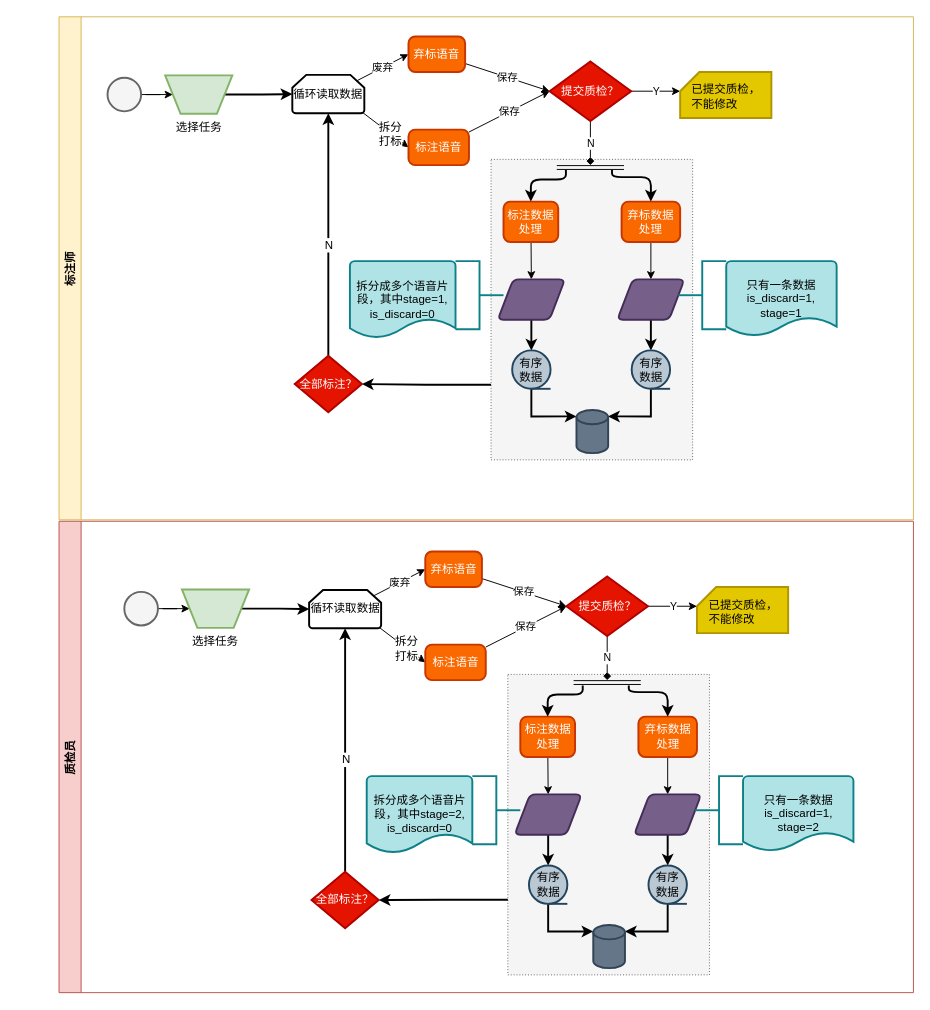
gumuqi/draw.io keeps this draw.io diagram as 标注详细流程.drawio. Above is the earlier version. Source tidied: cells renumbered, new cells numbered last; positions are measured from the earlier drawing's top-left corner, leaving out a move shared by most shapes. Both pictures are drawn from the tidied source at 96%, with x=0, y=0 at pixel (107, -159).
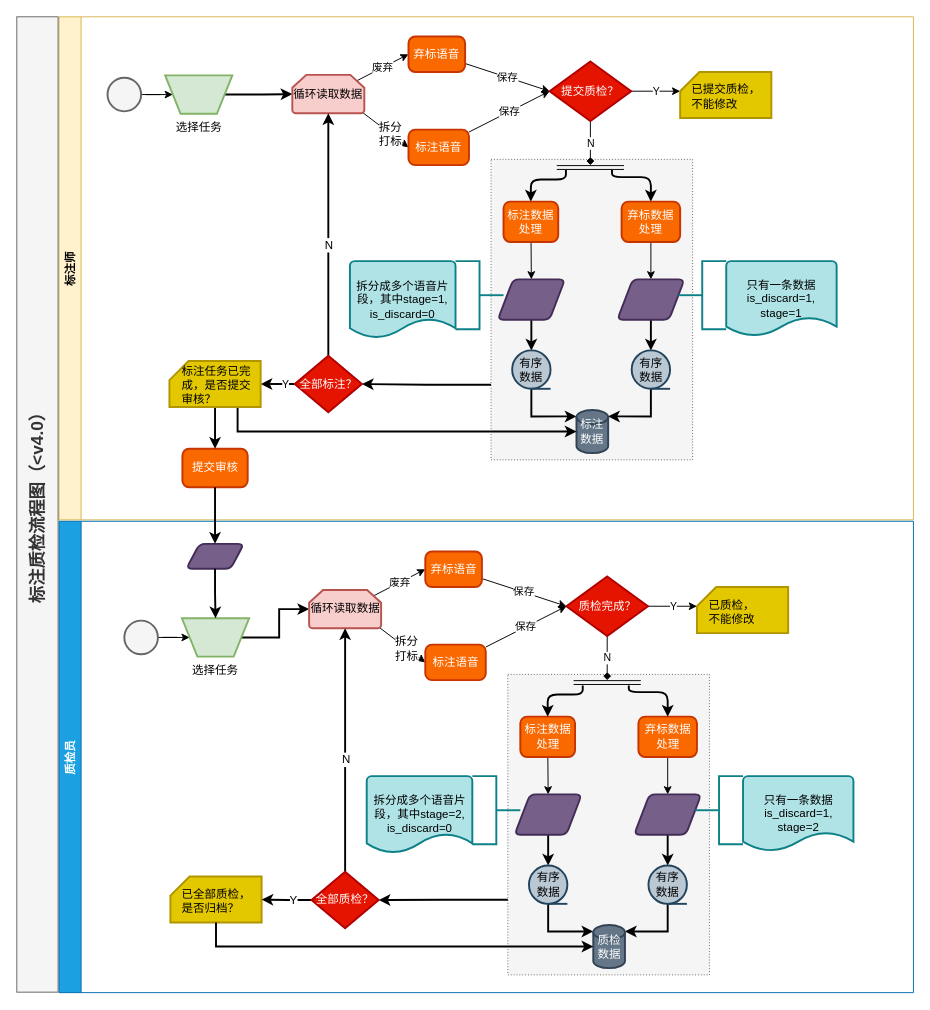
Above is the later version.

Commit message (it also covers changes not shown here):
更新标注详细流程.drawio

Unchanged cells that the change refers to:
```xml
<mxCell id="2" value="标注师" style="swimlane;fillColor=#fff2cc;strokeColor=#d6b656;rotation=-90;" parent="1" vertex="1">
  <mxGeometry x="133" width="524" height="890" as="geometry" />
</mxCell>
<mxCell id="43" value="全部标注？" style="strokeWidth=2;html=1;shape=mxgraph.flowchart.decision;whiteSpace=wrap;fillColor=#e51400;strokeColor=#B20000;fontColor=#ffffff;" parent="2" vertex="1">
  <mxGeometry x="62.5" y="536" width="70" height="59" as="geometry" />
</mxCell>
```

Diff of the diagram source:
```diff
@@
-    <mxCell id="38" style="strokeWidth=2;html=1;shape=mxgraph.flowchart.database;whiteSpace=wrap;fillColor=#647687;strokeColor=#314354;fontColor=#ffffff;" parent="2" vertex="1">
+    <mxCell id="38" value="标注数据" style="strokeWidth=2;html=1;shape=mxgraph.flowchart.database;whiteSpace=wrap;fillColor=#647687;strokeColor=#314354;fontColor=#ffffff;" parent="2" vertex="1">
       <mxGeometry x="356" y="592.5" width="33" height="45" as="geometry" />
     </mxCell>
-    <mxCell id="39" value="循环读取数据" style="strokeWidth=2;html=1;shape=mxgraph.flowchart.loop_limit;whiteSpace=wrap;fillColor=#FFFFFF;" parent="2" vertex="1">
+    <mxCell id="39" value="循环读取数据" style="strokeWidth=2;html=1;shape=mxgraph.flowchart.loop_limit;whiteSpace=wrap;fillColor=#f8cecc;strokeColor=#b85450;" parent="2" vertex="1">
       <mxGeometry x="60" y="243.5" width="75" height="40" as="geometry" />
     </mxCell>
@@
+    <mxCell id="88" value="Y" style="edgeStyle=orthogonalEdgeStyle;rounded=0;jettySize=auto;html=1;exitX=0;exitY=0.5;exitDx=0;exitDy=0;exitPerimeter=0;entryX=1;entryY=0.5;entryDx=0;entryDy=0;endArrow=classic;endFill=1;strokeWidth=2;entryPerimeter=0;" parent="2" edge="1" source="43" target="92">
+      <mxGeometry x="-0.43" relative="1" as="geometry" />
+    </mxCell>
@@
+    <mxCell id="89" style="edgeStyle=orthogonalEdgeStyle;rounded=0;jettySize=auto;html=1;entryX=0;entryY=0.5;entryDx=0;entryDy=0;entryPerimeter=0;endArrow=classic;endFill=1;strokeWidth=2;" parent="2" edge="1" target="38">
+      <mxGeometry relative="1" as="geometry">
+        <mxPoint x="3" y="590" as="sourcePoint" />
+        <Array as="points">
+          <mxPoint x="3" y="615" />
+        </Array>
+      </mxGeometry>
+    </mxCell>
+    <mxCell id="90" value="提交审核" style="rounded=1;whiteSpace=wrap;html=1;absoluteArcSize=1;arcSize=14;strokeWidth=2;fillColor=#fa6800;strokeColor=#C73500;fontColor=#ffffff;" parent="2" vertex="1">
+      <mxGeometry x="-54.5" y="633" width="68" height="40" as="geometry" />
+    </mxCell>
+    <mxCell id="91" style="edgeStyle=orthogonalEdgeStyle;rounded=0;jettySize=auto;html=1;entryX=0.5;entryY=0;entryDx=0;entryDy=0;endArrow=classic;endFill=1;strokeWidth=2;" parent="2" edge="1" source="92" target="90">
+      <mxGeometry relative="1" as="geometry" />
+    </mxCell>
+    <mxCell id="92" style="verticalLabelPosition=bottom;verticalAlign=top;html=1;strokeWidth=2;shape=card;whiteSpace=wrap;size=20;arcSize=12;fillColor=#e3c800;strokeColor=#B09500;fontColor=#ffffff;" parent="2" vertex="1">
+      <mxGeometry x="-68" y="541.5" width="95" height="48" as="geometry" />
+    </mxCell>
+    <mxCell id="93" value="标注任务已完成，是否提交审核？" style="text;html=1;strokeColor=none;fillColor=none;align=left;verticalAlign=middle;whiteSpace=wrap;rounded=0;" parent="2" vertex="1">
+      <mxGeometry x="-57" y="557" width="75" height="20" as="geometry" />
+    </mxCell>
-    <mxCell id="45" value="质检员" style="swimlane;fillColor=#f8cecc;strokeColor=#b85450;rotation=-90;" parent="1" vertex="1">
+    <mxCell id="45" value="质检员" style="swimlane;fillColor=#1ba1e2;strokeColor=#006EAF;rotation=-90;fontColor=#ffffff;" parent="1" vertex="1">
       <mxGeometry x="149.5" y="509" width="491" height="890" as="geometry" />
     </mxCell>
+    <mxCell id="94" style="verticalLabelPosition=bottom;verticalAlign=top;html=1;strokeWidth=2;shape=parallelogram;perimeter=parallelogramPerimeter;whiteSpace=wrap;rounded=1;arcSize=12;size=0.23;fillColor=#76608a;strokeColor=#432D57;fontColor=#ffffff;" parent="45" vertex="1">
+      <mxGeometry x="-67" y="223" width="60" height="26" as="geometry" />
+    </mxCell>
+    <mxCell id="95" style="verticalLabelPosition=bottom;verticalAlign=top;html=1;strokeWidth=2;shape=card;whiteSpace=wrap;size=20;arcSize=12;fillColor=#e3c800;strokeColor=#B09500;fontColor=#ffffff;" parent="45" vertex="1">
+      <mxGeometry x="-83.5" y="569.5" width="95" height="48" as="geometry" />
+    </mxCell>
+    <mxCell id="96" value="已全部质检，是否归档？" style="text;html=1;strokeColor=none;fillColor=none;align=left;verticalAlign=middle;whiteSpace=wrap;rounded=0;" parent="45" vertex="1">
+      <mxGeometry x="-73.5" y="585" width="75" height="20" as="geometry" />
+    </mxCell>
@@
     <mxCell id="49" style="strokeWidth=2;html=1;shape=mxgraph.flowchart.start_2;whiteSpace=wrap;rotation=-90;fillColor=#f5f5f5;strokeColor=#666666;fontColor=#333333;" parent="1" vertex="1">
-      <mxGeometry x="18" y="782" width="35" height="35" as="geometry" />
+      <mxGeometry x="18" y="812" width="35" height="35" as="geometry" />
     </mxCell>
@@
     <mxCell id="54" value="选择任务" style="verticalLabelPosition=bottom;verticalAlign=top;html=1;strokeWidth=2;shape=trapezoid;perimeter=trapezoidPerimeter;whiteSpace=wrap;size=0.23;arcSize=10;flipV=1;fillColor=#d5e8d4;rotation=0;strokeColor=#82b366;" parent="1" vertex="1">
-      <mxGeometry x="78" y="779.5" width="70" height="40" as="geometry" />
+      <mxGeometry x="78" y="809.5" width="70" height="40" as="geometry" />
     </mxCell>
@@
-    <mxCell id="57" value="提交质检？" style="strokeWidth=2;html=1;shape=mxgraph.flowchart.decision;whiteSpace=wrap;fillColor=#e51400;strokeColor=#B20000;fontColor=#ffffff;" parent="1" vertex="1">
+    <mxCell id="57" value="质检完成？" style="strokeWidth=2;html=1;shape=mxgraph.flowchart.decision;whiteSpace=wrap;fillColor=#e51400;strokeColor=#B20000;fontColor=#ffffff;" parent="1" vertex="1">
       <mxGeometry x="478.5" y="766" width="85" height="62" as="geometry" />
     </mxCell>
@@
-    <mxCell id="59" value="已提交质检，&lt;br&gt;不能修改" style="text;html=1;strokeColor=none;fillColor=none;align=left;verticalAlign=middle;whiteSpace=wrap;rounded=0;" parent="1" vertex="1">
+    <mxCell id="59" value="已质检，&lt;br&gt;不能修改" style="text;html=1;strokeColor=none;fillColor=none;align=left;verticalAlign=middle;whiteSpace=wrap;rounded=0;" parent="1" vertex="1">
       <mxGeometry x="624.5" y="792.5" width="75" height="20" as="geometry" />
     </mxCell>
@@
-    <mxCell id="81" style="strokeWidth=2;html=1;shape=mxgraph.flowchart.database;whiteSpace=wrap;fillColor=#647687;strokeColor=#314354;fontColor=#ffffff;" parent="1" vertex="1">
+    <mxCell id="81" value="质检数据" style="strokeWidth=2;html=1;shape=mxgraph.flowchart.database;whiteSpace=wrap;fillColor=#647687;strokeColor=#314354;fontColor=#ffffff;" parent="1" vertex="1">
       <mxGeometry x="506.5" y="1129" width="33" height="45" as="geometry" />
     </mxCell>
-    <mxCell id="82" value="循环读取数据" style="strokeWidth=2;html=1;shape=mxgraph.flowchart.loop_limit;whiteSpace=wrap;fillColor=#FFFFFF;" parent="1" vertex="1">
+    <mxCell id="82" value="循环读取数据" style="strokeWidth=2;html=1;shape=mxgraph.flowchart.loop_limit;whiteSpace=wrap;fillColor=#f8cecc;strokeColor=#b85450;" parent="1" vertex="1">
       <mxGeometry x="210.5" y="780" width="75" height="40" as="geometry" />
     </mxCell>
@@
+    <mxCell id="97" style="edgeStyle=orthogonalEdgeStyle;rounded=0;jettySize=auto;html=1;entryX=1;entryY=0.5;entryDx=0;entryDy=0;entryPerimeter=0;endArrow=classic;endFill=1;strokeWidth=2;" parent="1" edge="1" source="86" target="95">
+      <mxGeometry relative="1" as="geometry" />
+    </mxCell>
+    <mxCell id="98" value="Y" style="text;html=1;align=center;verticalAlign=middle;labelBackgroundColor=#ffffff;" parent="97" vertex="1">
+      <mxGeometry x="-0.23" relative="1" as="geometry" />
+    </mxCell>
-    <mxCell id="86" value="全部标注？" style="strokeWidth=2;html=1;shape=mxgraph.flowchart.decision;whiteSpace=wrap;fillColor=#e51400;strokeColor=#B20000;fontColor=#ffffff;" parent="1" vertex="1">
+    <mxCell id="86" value="全部质检？" style="strokeWidth=2;html=1;shape=mxgraph.flowchart.decision;whiteSpace=wrap;fillColor=#e51400;strokeColor=#B20000;fontColor=#ffffff;" parent="1" vertex="1">
       <mxGeometry x="213" y="1073.5" width="70" height="59" as="geometry" />
     </mxCell>
@@
+    <mxCell id="99" style="edgeStyle=orthogonalEdgeStyle;rounded=0;jettySize=auto;html=1;entryX=0.5;entryY=0;entryDx=0;entryDy=0;endArrow=classic;endFill=1;strokeWidth=2;" parent="1" edge="1" source="90" target="94">
+      <mxGeometry relative="1" as="geometry" />
+    </mxCell>
+    <mxCell id="100" style="edgeStyle=orthogonalEdgeStyle;rounded=0;jettySize=auto;html=1;endArrow=classic;endFill=1;strokeWidth=2;" parent="1" edge="1" source="94" target="54">
+      <mxGeometry relative="1" as="geometry" />
+    </mxCell>
+    <mxCell id="101" style="edgeStyle=orthogonalEdgeStyle;rounded=0;jettySize=auto;html=1;endArrow=classic;endFill=1;strokeWidth=2;entryX=0;entryY=0.5;entryDx=0;entryDy=0;entryPerimeter=0;exitX=0.5;exitY=1;exitDx=0;exitDy=0;exitPerimeter=0;" parent="1" edge="1" source="95" target="81">
+      <mxGeometry relative="1" as="geometry" />
+    </mxCell>
+    <mxCell id="102" value="&lt;b style=&quot;font-size: 18px&quot;&gt;标注质检流程图（&amp;lt;v4.0）&lt;br&gt;&lt;/b&gt;" style="rounded=0;whiteSpace=wrap;html=1;fillColor=#f5f5f5;align=center;verticalAlign=middle;horizontal=0;strokeColor=#666666;fontColor=#333333;" parent="1" vertex="1">
+      <mxGeometry x="-94" y="183" width="43" height="1016" as="geometry" />
+    </mxCell>
```
